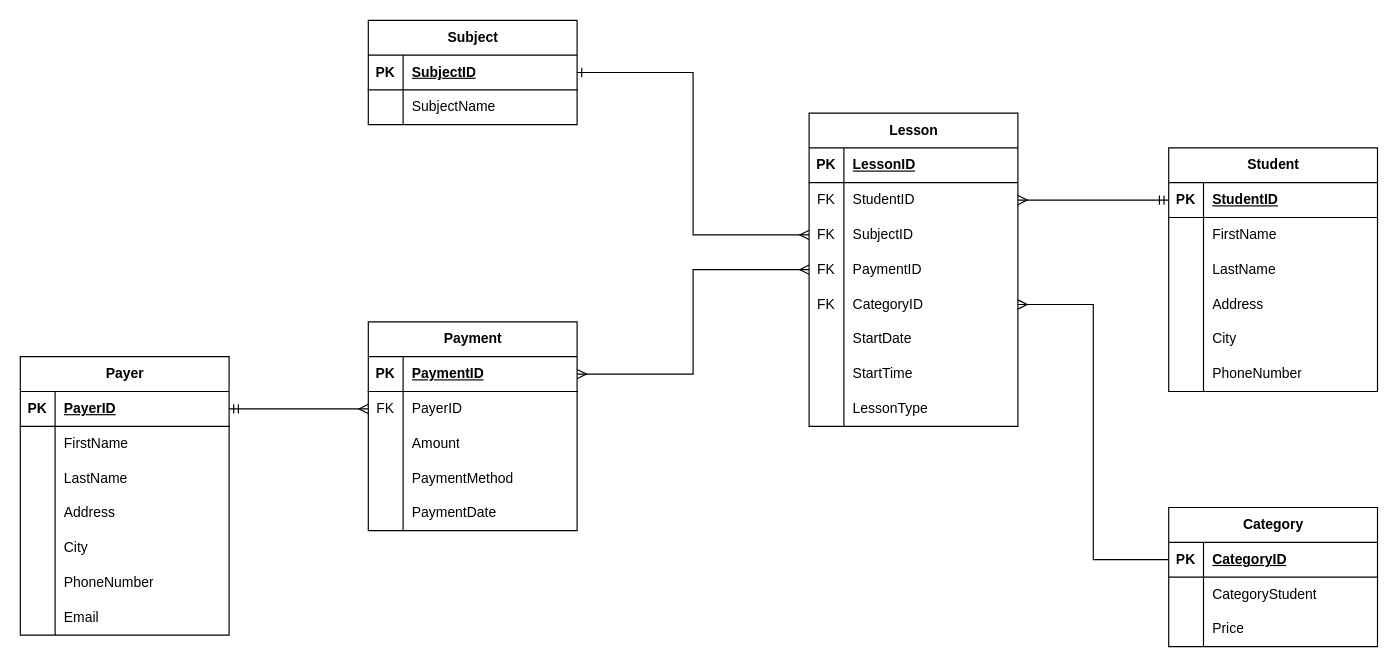
Earlier version of the draw.io diagram SteveJobs/DATA-MANAGEMENT/ProfPrivato/prof_privato_diagramma_er.dio (DavideDamico/ITS-Steve-Jobs). Source tidied: cells renumbered, new cells numbered last; positions are measured from the earlier drawing's top-left corner, leaving out a move shared by most shapes. Both pictures are drawn from the tidied source at 116%, with x=0, y=0 at pixel (20, 20).
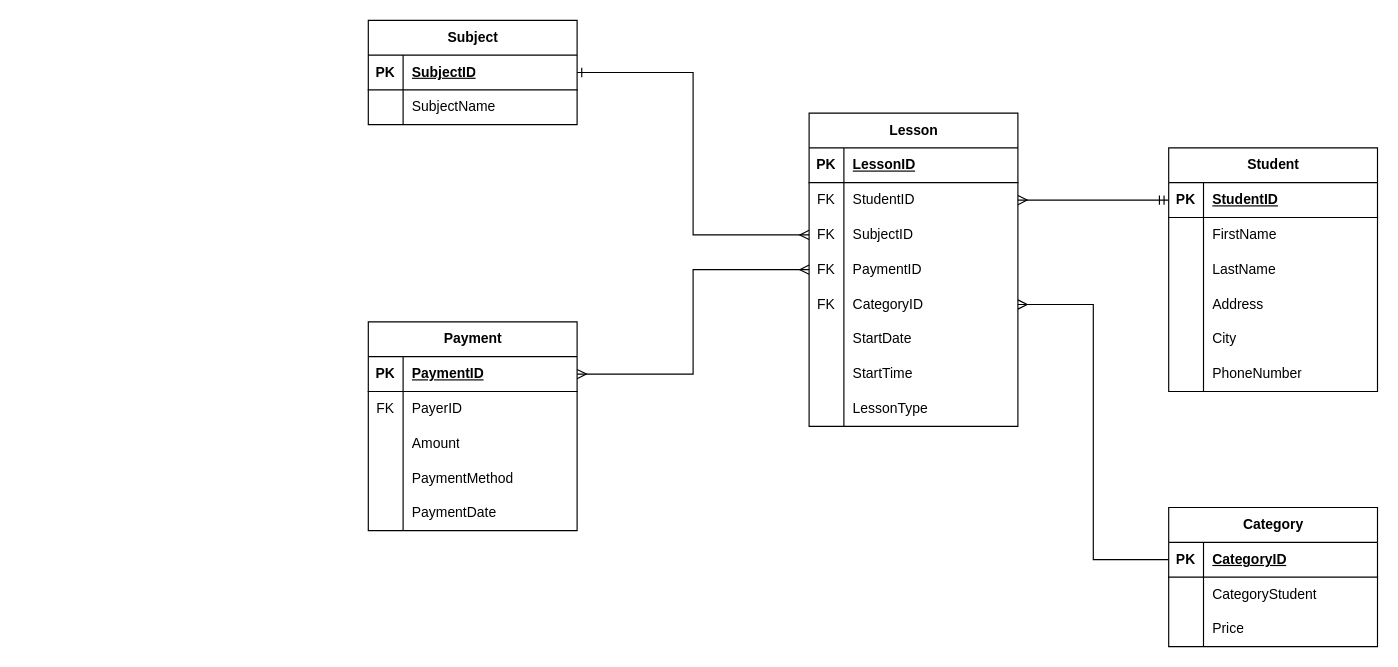
The same diagram, later.

The change refers to these unchanged cells:
```xml
<mxCell id="28" style="shape=tableRow;horizontal=0;startSize=0;swimlaneHead=0;swimlaneBody=0;fillColor=none;points=[[0,0.5],[1,0.5]];portConstraint=eastwest;top=0;left=0;right=0;bottom=0;" parent="24" vertex="1">
  <mxGeometry y="60" width="180" height="30" as="geometry" />
</mxCell>
```

Diff of the diagram source:
```diff
@@
-    <mxCell id="2" value="Payer" style="shape=table;startSize=30;childLayout=tableLayout;rowLines=0;fontStyle=1;align=center;html=1;" parent="1" vertex="1">
-      <mxGeometry y="290" width="180" height="240" as="geometry" />
-    </mxCell>
-    <mxCell id="3" style="shape=tableRow;horizontal=0;startSize=0;swimlaneHead=0;swimlaneBody=0;fillColor=none;points=[[0,0.5],[1,0.5]];portConstraint=eastwest;top=0;left=0;right=0;bottom=1;" parent="2" vertex="1">
-      <mxGeometry y="30" width="180" height="30" as="geometry" />
-    </mxCell>
-    <mxCell id="4" value="PK" style="shape=partialRectangle;fillColor=none;top=0;left=0;bottom=0;right=0;fontStyle=1;overflow=hidden;whiteSpace=wrap;html=1;" parent="3" vertex="1">
-      <mxGeometry width="30" height="30" as="geometry" />
-    </mxCell>
-    <mxCell id="5" value="PayerID" style="shape=partialRectangle;fillColor=none;top=0;left=0;bottom=0;right=0;align=left;spacingLeft=6;fontStyle=5;overflow=hidden;whiteSpace=wrap;html=1;" parent="3" vertex="1">
-      <mxGeometry x="30" width="150" height="30" as="geometry" />
-    </mxCell>
-    <mxCell id="6" style="shape=tableRow;horizontal=0;startSize=0;swimlaneHead=0;swimlaneBody=0;fillColor=none;top=0;left=0;right=0;bottom=0;" parent="2" vertex="1">
-      <mxGeometry y="60" width="180" height="30" as="geometry" />
-    </mxCell>
-    <mxCell id="7" style="shape=partialRectangle;fillColor=none;top=0;left=0;bottom=0;right=0;overflow=hidden;whiteSpace=wrap;html=1;" parent="6" vertex="1">
-      <mxGeometry width="30" height="30" as="geometry" />
-    </mxCell>
-    <mxCell id="8" value="FirstName" style="shape=partialRectangle;fillColor=none;top=0;left=0;bottom=0;right=0;align=left;spacingLeft=6;overflow=hidden;whiteSpace=wrap;html=1;" parent="6" vertex="1">
-      <mxGeometry x="30" width="150" height="30" as="geometry" />
-    </mxCell>
-    <mxCell id="9" style="shape=tableRow;horizontal=0;startSize=0;swimlaneHead=0;swimlaneBody=0;fillColor=none;top=0;left=0;right=0;bottom=0;" parent="2" vertex="1">
-      <mxGeometry y="90" width="180" height="30" as="geometry" />
-    </mxCell>
-    <mxCell id="10" style="shape=partialRectangle;fillColor=none;top=0;left=0;bottom=0;right=0;overflow=hidden;whiteSpace=wrap;html=1;" parent="9" vertex="1">
-      <mxGeometry width="30" height="30" as="geometry" />
-    </mxCell>
-    <mxCell id="11" value="LastName" style="shape=partialRectangle;fillColor=none;top=0;left=0;bottom=0;right=0;align=left;spacingLeft=6;overflow=hidden;whiteSpace=wrap;html=1;" parent="9" vertex="1">
-      <mxGeometry x="30" width="150" height="30" as="geometry" />
-    </mxCell>
-    <mxCell id="12" style="shape=tableRow;horizontal=0;startSize=0;swimlaneHead=0;swimlaneBody=0;fillColor=none;top=0;left=0;right=0;bottom=0;" parent="2" vertex="1">
-      <mxGeometry y="120" width="180" height="30" as="geometry" />
-    </mxCell>
-    <mxCell id="13" style="shape=partialRectangle;fillColor=none;top=0;left=0;bottom=0;right=0;overflow=hidden;whiteSpace=wrap;html=1;" parent="12" vertex="1">
-      <mxGeometry width="30" height="30" as="geometry" />
-    </mxCell>
-    <mxCell id="14" value="Address" style="shape=partialRectangle;fillColor=none;top=0;left=0;bottom=0;right=0;align=left;spacingLeft=6;overflow=hidden;whiteSpace=wrap;html=1;" parent="12" vertex="1">
-      <mxGeometry x="30" width="150" height="30" as="geometry" />
-    </mxCell>
-    <mxCell id="15" style="shape=tableRow;horizontal=0;startSize=0;swimlaneHead=0;swimlaneBody=0;fillColor=none;top=0;left=0;right=0;bottom=0;" parent="2" vertex="1">
-      <mxGeometry y="150" width="180" height="30" as="geometry" />
-    </mxCell>
-    <mxCell id="16" style="shape=partialRectangle;fillColor=none;top=0;left=0;bottom=0;right=0;overflow=hidden;whiteSpace=wrap;html=1;" parent="15" vertex="1">
-      <mxGeometry width="30" height="30" as="geometry" />
-    </mxCell>
-    <mxCell id="17" value="City" style="shape=partialRectangle;fillColor=none;top=0;left=0;bottom=0;right=0;align=left;spacingLeft=6;overflow=hidden;whiteSpace=wrap;html=1;" parent="15" vertex="1">
-      <mxGeometry x="30" width="150" height="30" as="geometry" />
-    </mxCell>
-    <mxCell id="18" style="shape=tableRow;horizontal=0;startSize=0;swimlaneHead=0;swimlaneBody=0;fillColor=none;top=0;left=0;right=0;bottom=0;" parent="2" vertex="1">
-      <mxGeometry y="180" width="180" height="30" as="geometry" />
-    </mxCell>
-    <mxCell id="19" style="shape=partialRectangle;fillColor=none;top=0;left=0;bottom=0;right=0;overflow=hidden;whiteSpace=wrap;html=1;" parent="18" vertex="1">
-      <mxGeometry width="30" height="30" as="geometry" />
-    </mxCell>
-    <mxCell id="20" value="PhoneNumber" style="shape=partialRectangle;fillColor=none;top=0;left=0;bottom=0;right=0;align=left;spacingLeft=6;overflow=hidden;whiteSpace=wrap;html=1;" parent="18" vertex="1">
-      <mxGeometry x="30" width="150" height="30" as="geometry" />
-    </mxCell>
-    <mxCell id="21" style="shape=tableRow;horizontal=0;startSize=0;swimlaneHead=0;swimlaneBody=0;fillColor=none;top=0;left=0;right=0;bottom=0;" parent="2" vertex="1">
-      <mxGeometry y="210" width="180" height="30" as="geometry" />
-    </mxCell>
-    <mxCell id="22" style="shape=partialRectangle;fillColor=none;top=0;left=0;bottom=0;right=0;overflow=hidden;whiteSpace=wrap;html=1;" parent="21" vertex="1">
-      <mxGeometry width="30" height="30" as="geometry" />
-    </mxCell>
-    <mxCell id="23" value="Email" style="shape=partialRectangle;fillColor=none;top=0;left=0;bottom=0;right=0;align=left;spacingLeft=6;overflow=hidden;whiteSpace=wrap;html=1;" parent="21" vertex="1">
-      <mxGeometry x="30" width="150" height="30" as="geometry" />
-    </mxCell>
@@
-    <mxCell id="91" style="endArrow=ERmany;html=1;rounded=0;exitX=1;exitY=0.5;exitDx=0;exitDy=0;entryX=0;entryY=0.5;entryDx=0;entryDy=0;startArrow=ERmandOne;startFill=0;endFill=0;" parent="1" edge="1" source="3" target="28">
-      <mxGeometry relative="1" as="geometry" />
-    </mxCell>
```
